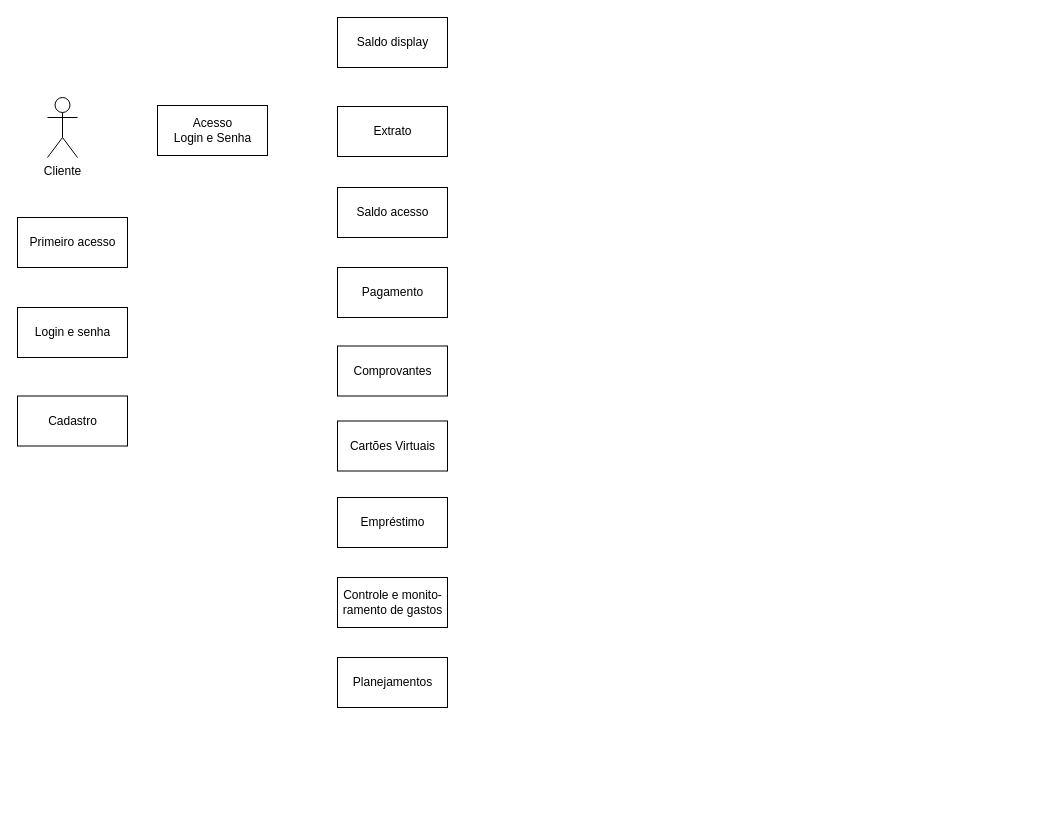
Earlier version of the draw.io diagram src/Projeto/ScapeBank.drawio (arianamesquita/LTPII). Source tidied: cells renumbered, new cells numbered last; positions are measured from the earlier drawing's top-left corner, leaving out a move shared by most shapes. Both pictures are drawn from the tidied source at 100%, with x=0, y=0 at pixel (17, 17).
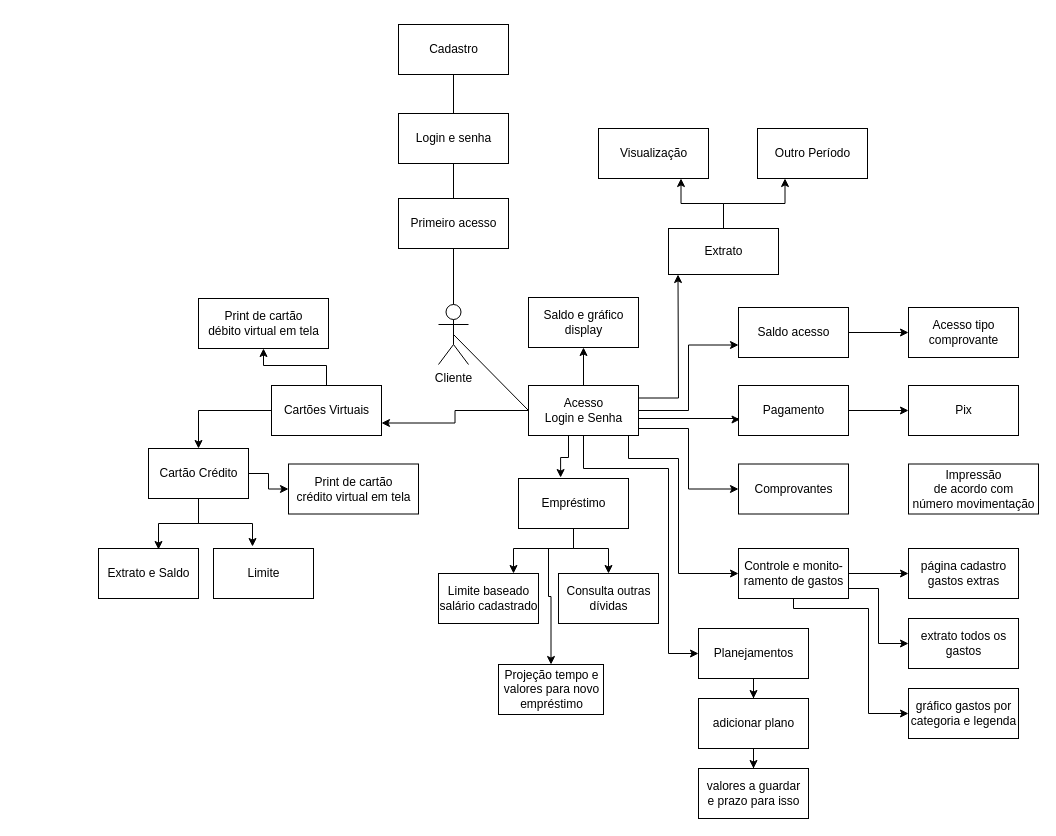
The same diagram, later.

Change to the diagram source:
```diff
@@
     <mxCell id="2" value="Cliente" style="shape=umlActor;verticalLabelPosition=bottom;verticalAlign=top;html=1;" parent="1" vertex="1">
-      <mxGeometry x="30" y="80" width="30" height="60" as="geometry" />
+      <mxGeometry x="421" y="287" width="30" height="60" as="geometry" />
     </mxCell>
+    <mxCell id="16" style="edgeStyle=orthogonalEdgeStyle;rounded=0;jettySize=auto;html=1;exitX=0.5;exitY=0;exitDx=0;exitDy=0;entryX=0.5;entryY=1;entryDx=0;entryDy=0;" parent="1" edge="1" source="3" target="7">
+      <mxGeometry relative="1" as="geometry" />
+    </mxCell>
+    <mxCell id="17" style="edgeStyle=orthogonalEdgeStyle;rounded=0;jettySize=auto;html=1;exitX=1;exitY=0.25;exitDx=0;exitDy=0;entryX=0.25;entryY=1;entryDx=0;entryDy=0;" parent="1" edge="1" source="3">
+      <mxGeometry relative="1" as="geometry">
+        <mxPoint x="660.5" y="257" as="targetPoint" />
+      </mxGeometry>
+    </mxCell>
+    <mxCell id="18" style="edgeStyle=orthogonalEdgeStyle;rounded=0;jettySize=auto;html=1;entryX=0;entryY=0.75;entryDx=0;entryDy=0;" parent="1" edge="1" source="3" target="9">
+      <mxGeometry relative="1" as="geometry" />
+    </mxCell>
+    <mxCell id="19" style="edgeStyle=orthogonalEdgeStyle;rounded=0;jettySize=auto;html=1;entryX=0.014;entryY=0.68;entryDx=0;entryDy=0;entryPerimeter=0;" parent="1" edge="1" source="3" target="10">
+      <mxGeometry relative="1" as="geometry">
+        <Array as="points">
+          <mxPoint x="721" y="401" />
+          <mxPoint x="721" y="402" />
+        </Array>
+      </mxGeometry>
+    </mxCell>
+    <mxCell id="20" style="edgeStyle=orthogonalEdgeStyle;rounded=0;jettySize=auto;html=1;entryX=0;entryY=0.5;entryDx=0;entryDy=0;" parent="1" edge="1" source="3" target="11">
+      <mxGeometry relative="1" as="geometry">
+        <Array as="points">
+          <mxPoint x="671" y="411" />
+          <mxPoint x="671" y="472" />
+        </Array>
+      </mxGeometry>
+    </mxCell>
+    <mxCell id="21" style="edgeStyle=orthogonalEdgeStyle;rounded=0;jettySize=auto;html=1;entryX=0;entryY=0.5;entryDx=0;entryDy=0;" parent="1" edge="1" source="3" target="14">
+      <mxGeometry relative="1" as="geometry">
+        <Array as="points">
+          <mxPoint x="611" y="441" />
+          <mxPoint x="661" y="441" />
+          <mxPoint x="661" y="556" />
+        </Array>
+      </mxGeometry>
+    </mxCell>
+    <mxCell id="22" style="edgeStyle=orthogonalEdgeStyle;rounded=0;jettySize=auto;html=1;entryX=0;entryY=0.5;entryDx=0;entryDy=0;" parent="1" edge="1" source="3" target="15">
+      <mxGeometry relative="1" as="geometry">
+        <Array as="points">
+          <mxPoint x="566" y="451" />
+          <mxPoint x="651" y="451" />
+          <mxPoint x="651" y="636" />
+        </Array>
+      </mxGeometry>
+    </mxCell>
+    <mxCell id="23" style="edgeStyle=orthogonalEdgeStyle;rounded=0;jettySize=auto;html=1;entryX=0.383;entryY=-0.019;entryDx=0;entryDy=0;entryPerimeter=0;" parent="1" edge="1" source="3" target="13">
+      <mxGeometry relative="1" as="geometry">
+        <Array as="points">
+          <mxPoint x="551" y="440" />
+          <mxPoint x="543" y="440" />
+        </Array>
+      </mxGeometry>
+    </mxCell>
+    <mxCell id="24" style="edgeStyle=orthogonalEdgeStyle;rounded=0;jettySize=auto;html=1;entryX=1;entryY=0.75;entryDx=0;entryDy=0;" parent="1" edge="1" source="3" target="12">
+      <mxGeometry relative="1" as="geometry" />
+    </mxCell>
     <mxCell id="3" value="&lt;div&gt;Acesso&lt;/div&gt;&lt;div&gt;Login e Senha&lt;/div&gt;" style="html=1;" parent="1" vertex="1">
-      <mxGeometry x="140" y="88" width="110" height="50" as="geometry" />
+      <mxGeometry x="511" y="368" width="110" height="50" as="geometry" />
     </mxCell>
     <mxCell id="4" value="Primeiro acesso" style="html=1;" parent="1" vertex="1">
-      <mxGeometry y="200" width="110" height="50" as="geometry" />
+      <mxGeometry x="381" y="181" width="110" height="50" as="geometry" />
     </mxCell>
     <mxCell id="5" value="Login e senha" style="html=1;" parent="1" vertex="1">
-      <mxGeometry y="290" width="110" height="50" as="geometry" />
+      <mxGeometry x="381" y="96" width="110" height="50" as="geometry" />
     </mxCell>
     <mxCell id="6" value="Cadastro" style="html=1;" parent="1" vertex="1">
-      <mxGeometry y="378.5" width="110" height="50" as="geometry" />
+      <mxGeometry x="381" y="7" width="110" height="50" as="geometry" />
     </mxCell>
-    <mxCell id="7" value="Saldo display" style="html=1;" parent="1" vertex="1">
-      <mxGeometry x="320" width="110" height="50" as="geometry" />
+    <mxCell id="7" value="&lt;div&gt;Saldo e gráfico &lt;br&gt;&lt;/div&gt;&lt;div&gt;display&lt;/div&gt;" style="html=1;" parent="1" vertex="1">
+      <mxGeometry x="511" y="280" width="110" height="50" as="geometry" />
     </mxCell>
+    <mxCell id="25" style="edgeStyle=orthogonalEdgeStyle;rounded=0;jettySize=auto;html=1;entryX=0.75;entryY=1;entryDx=0;entryDy=0;" parent="1" edge="1" source="8" target="38">
+      <mxGeometry relative="1" as="geometry" />
+    </mxCell>
+    <mxCell id="26" style="edgeStyle=orthogonalEdgeStyle;rounded=0;jettySize=auto;html=1;entryX=0.25;entryY=1;entryDx=0;entryDy=0;" parent="1" edge="1" source="8" target="39">
+      <mxGeometry relative="1" as="geometry" />
+    </mxCell>
     <mxCell id="8" value="Extrato" style="html=1;" parent="1" vertex="1">
-      <mxGeometry x="320" y="89" width="110" height="50" as="geometry" />
+      <mxGeometry x="651" y="211" width="110" height="46" as="geometry" />
     </mxCell>
+    <mxCell id="27" style="edgeStyle=orthogonalEdgeStyle;rounded=0;jettySize=auto;html=1;entryX=0;entryY=0.5;entryDx=0;entryDy=0;" parent="1" edge="1" source="9" target="40">
+      <mxGeometry relative="1" as="geometry" />
+    </mxCell>
     <mxCell id="9" value="Saldo acesso" style="html=1;" parent="1" vertex="1">
-      <mxGeometry x="320" y="170" width="110" height="50" as="geometry" />
+      <mxGeometry x="721" y="290" width="110" height="50" as="geometry" />
     </mxCell>
+    <mxCell id="28" style="edgeStyle=orthogonalEdgeStyle;rounded=0;jettySize=auto;html=1;entryX=0;entryY=0.5;entryDx=0;entryDy=0;" parent="1" edge="1" source="10" target="41">
+      <mxGeometry relative="1" as="geometry" />
+    </mxCell>
     <mxCell id="10" value="Pagamento" style="html=1;" parent="1" vertex="1">
-      <mxGeometry x="320" y="250" width="110" height="50" as="geometry" />
+      <mxGeometry x="721" y="368" width="110" height="50" as="geometry" />
     </mxCell>
     <mxCell id="11" value="Comprovantes" style="html=1;" parent="1" vertex="1">
-      <mxGeometry x="320" y="328.5" width="110" height="50" as="geometry" />
+      <mxGeometry x="721" y="446.5" width="110" height="50" as="geometry" />
     </mxCell>
+    <mxCell id="29" style="edgeStyle=orthogonalEdgeStyle;rounded=0;jettySize=auto;html=1;entryX=0.5;entryY=0;entryDx=0;entryDy=0;" parent="1" edge="1" source="12" target="47">
+      <mxGeometry relative="1" as="geometry" />
+    </mxCell>
+    <mxCell id="30" style="edgeStyle=orthogonalEdgeStyle;rounded=0;jettySize=auto;html=1;" parent="1" edge="1" source="12" target="43">
+      <mxGeometry relative="1" as="geometry" />
+    </mxCell>
     <mxCell id="12" value="Cartões Virtuais" style="html=1;" parent="1" vertex="1">
-      <mxGeometry x="320" y="403.5" width="110" height="50" as="geometry" />
+      <mxGeometry x="254" y="368" width="110" height="50" as="geometry" />
     </mxCell>
+    <mxCell id="31" style="edgeStyle=orthogonalEdgeStyle;rounded=0;jettySize=auto;html=1;entryX=0.75;entryY=0;entryDx=0;entryDy=0;" parent="1" edge="1" source="13" target="50">
+      <mxGeometry relative="1" as="geometry">
+        <Array as="points">
+          <mxPoint x="556" y="531" />
+          <mxPoint x="496" y="531" />
+        </Array>
+      </mxGeometry>
+    </mxCell>
+    <mxCell id="32" style="edgeStyle=orthogonalEdgeStyle;rounded=0;jettySize=auto;html=1;entryX=0.5;entryY=0;entryDx=0;entryDy=0;" parent="1" edge="1" source="13" target="51">
+      <mxGeometry relative="1" as="geometry">
+        <Array as="points">
+          <mxPoint x="556" y="531" />
+          <mxPoint x="591" y="531" />
+        </Array>
+      </mxGeometry>
+    </mxCell>
+    <mxCell id="33" style="edgeStyle=orthogonalEdgeStyle;rounded=0;jettySize=auto;html=1;entryX=0.5;entryY=0;entryDx=0;entryDy=0;" parent="1" edge="1" target="52">
+      <mxGeometry relative="1" as="geometry">
+        <mxPoint x="531" y="531" as="sourcePoint" />
+        <Array as="points">
+          <mxPoint x="531" y="579" />
+          <mxPoint x="533" y="579" />
+        </Array>
+      </mxGeometry>
+    </mxCell>
     <mxCell id="13" value="Empréstimo" style="html=1;" parent="1" vertex="1">
-      <mxGeometry x="320" y="480" width="110" height="50" as="geometry" />
+      <mxGeometry x="501" y="461" width="110" height="50" as="geometry" />
     </mxCell>
+    <mxCell id="34" style="edgeStyle=orthogonalEdgeStyle;rounded=0;jettySize=auto;html=1;entryX=0;entryY=0.5;entryDx=0;entryDy=0;" parent="1" edge="1" source="14" target="53">
+      <mxGeometry relative="1" as="geometry" />
+    </mxCell>
+    <mxCell id="35" style="edgeStyle=orthogonalEdgeStyle;rounded=0;jettySize=auto;html=1;entryX=0;entryY=0.5;entryDx=0;entryDy=0;" parent="1" edge="1" source="14" target="54">
+      <mxGeometry relative="1" as="geometry">
+        <Array as="points">
+          <mxPoint x="861" y="571" />
+          <mxPoint x="861" y="626" />
+        </Array>
+      </mxGeometry>
+    </mxCell>
+    <mxCell id="36" style="edgeStyle=orthogonalEdgeStyle;rounded=0;jettySize=auto;html=1;entryX=0;entryY=0.5;entryDx=0;entryDy=0;" parent="1" edge="1" source="14" target="55">
+      <mxGeometry relative="1" as="geometry">
+        <Array as="points">
+          <mxPoint x="776" y="591" />
+          <mxPoint x="851" y="591" />
+          <mxPoint x="851" y="696" />
+        </Array>
+      </mxGeometry>
+    </mxCell>
     <mxCell id="14" value="&lt;div&gt;Controle e monito-&lt;/div&gt;&lt;div&gt;ramento de gastos&lt;/div&gt;" style="html=1;" parent="1" vertex="1">
-      <mxGeometry x="320" y="560" width="110" height="50" as="geometry" />
+      <mxGeometry x="721" y="531" width="110" height="50" as="geometry" />
     </mxCell>
+    <mxCell id="37" style="edgeStyle=orthogonalEdgeStyle;rounded=0;jettySize=auto;html=1;" parent="1" edge="1" source="15" target="57">
+      <mxGeometry relative="1" as="geometry" />
+    </mxCell>
     <mxCell id="15" value="&lt;div&gt;Planejamentos&lt;br&gt;&lt;/div&gt;" style="html=1;" parent="1" vertex="1">
-      <mxGeometry x="320" y="640" width="110" height="50" as="geometry" />
+      <mxGeometry x="681" y="611" width="110" height="50" as="geometry" />
     </mxCell>
+    <mxCell id="38" value="Visualização " style="html=1;" parent="1" vertex="1">
+      <mxGeometry x="581" y="111" width="110" height="50" as="geometry" />
+    </mxCell>
+    <mxCell id="39" value="Outro Período" style="html=1;" parent="1" vertex="1">
+      <mxGeometry x="740" y="111" width="110" height="50" as="geometry" />
+    </mxCell>
+    <mxCell id="40" value="&lt;div&gt;Acesso tipo&lt;/div&gt;&lt;div&gt;comprovante&lt;br&gt;&lt;/div&gt;" style="html=1;" parent="1" vertex="1">
+      <mxGeometry x="891" y="290" width="110" height="50" as="geometry" />
+    </mxCell>
+    <mxCell id="41" value="Pix" style="html=1;" parent="1" vertex="1">
+      <mxGeometry x="891" y="368" width="110" height="50" as="geometry" />
+    </mxCell>
+    <mxCell id="42" value="&lt;div&gt;Impressão&lt;/div&gt;&lt;div&gt;de acordo com &lt;br&gt;&lt;/div&gt;&lt;div&gt;número movimentação&lt;br&gt;&lt;/div&gt;" style="html=1;" parent="1" vertex="1">
+      <mxGeometry x="891" y="446.5" width="130" height="50" as="geometry" />
+    </mxCell>
+    <mxCell id="43" value="&lt;div&gt;Print de cartão&lt;/div&gt;&lt;div&gt;débito virtual em tela&lt;br&gt;&lt;/div&gt;" style="html=1;" parent="1" vertex="1">
+      <mxGeometry x="181" y="281" width="130" height="50" as="geometry" />
+    </mxCell>
+    <mxCell id="44" style="edgeStyle=orthogonalEdgeStyle;rounded=0;jettySize=auto;html=1;entryX=0.6;entryY=0.02;entryDx=0;entryDy=0;entryPerimeter=0;" parent="1" edge="1" source="47" target="48">
+      <mxGeometry relative="1" as="geometry" />
+    </mxCell>
+    <mxCell id="45" style="edgeStyle=orthogonalEdgeStyle;rounded=0;jettySize=auto;html=1;entryX=0.39;entryY=-0.04;entryDx=0;entryDy=0;entryPerimeter=0;" parent="1" edge="1" source="47" target="49">
+      <mxGeometry relative="1" as="geometry" />
+    </mxCell>
+    <mxCell id="46" style="edgeStyle=orthogonalEdgeStyle;rounded=0;jettySize=auto;html=1;entryX=0;entryY=0.5;entryDx=0;entryDy=0;" parent="1" edge="1" source="47" target="63">
+      <mxGeometry relative="1" as="geometry" />
+    </mxCell>
+    <mxCell id="47" value="Cartão Crédito" style="html=1;" parent="1" vertex="1">
+      <mxGeometry x="131" y="431" width="100" height="50" as="geometry" />
+    </mxCell>
+    <mxCell id="48" value="Extrato e Saldo" style="html=1;" parent="1" vertex="1">
+      <mxGeometry x="81" y="531" width="100" height="50" as="geometry" />
+    </mxCell>
+    <mxCell id="49" value="Limite" style="html=1;" parent="1" vertex="1">
+      <mxGeometry x="196" y="531" width="100" height="50" as="geometry" />
+    </mxCell>
+    <mxCell id="50" value="&lt;div&gt;Limite baseado&lt;/div&gt;&lt;div&gt;salário cadastrado&lt;br&gt;&lt;/div&gt;" style="html=1;" parent="1" vertex="1">
+      <mxGeometry x="421" y="556" width="100" height="50" as="geometry" />
+    </mxCell>
+    <mxCell id="51" value="&lt;div&gt;Consulta outras &lt;br&gt;&lt;/div&gt;&lt;div&gt;dívidas&lt;br&gt;&lt;/div&gt;" style="html=1;" parent="1" vertex="1">
+      <mxGeometry x="541" y="556" width="100" height="50" as="geometry" />
+    </mxCell>
+    <mxCell id="52" value="&lt;div&gt;Projeção tempo e&lt;/div&gt;&lt;div&gt;valores para novo&lt;/div&gt;&lt;div&gt;empréstimo&lt;br&gt;&lt;/div&gt;" style="html=1;" parent="1" vertex="1">
+      <mxGeometry x="481" y="647" width="105" height="50" as="geometry" />
+    </mxCell>
+    <mxCell id="53" value="&lt;div&gt;página cadastro&lt;/div&gt;&lt;div&gt;gastos extras&lt;br&gt;&lt;/div&gt;" style="html=1;" parent="1" vertex="1">
+      <mxGeometry x="891" y="531" width="110" height="50" as="geometry" />
+    </mxCell>
+    <mxCell id="54" value="&lt;div&gt;extrato todos os &lt;br&gt;&lt;/div&gt;&lt;div&gt;gastos&lt;br&gt;&lt;/div&gt;" style="html=1;" parent="1" vertex="1">
+      <mxGeometry x="891" y="601" width="110" height="50" as="geometry" />
+    </mxCell>
+    <mxCell id="55" value="&lt;div&gt;gráfico gastos por&lt;/div&gt;&lt;div&gt;categoria e legenda&lt;br&gt;&lt;/div&gt;" style="html=1;" parent="1" vertex="1">
+      <mxGeometry x="891" y="671" width="110" height="50" as="geometry" />
+    </mxCell>
+    <mxCell id="56" style="edgeStyle=orthogonalEdgeStyle;rounded=0;jettySize=auto;html=1;" parent="1" edge="1" source="57" target="58">
+      <mxGeometry relative="1" as="geometry" />
+    </mxCell>
+    <mxCell id="57" value="adicionar plano" style="html=1;" parent="1" vertex="1">
+      <mxGeometry x="681" y="681" width="110" height="50" as="geometry" />
+    </mxCell>
+    <mxCell id="58" value="&lt;div&gt;valores a guardar&lt;/div&gt;&lt;div&gt;e prazo para isso&lt;br&gt;&lt;/div&gt;" style="html=1;" parent="1" vertex="1">
+      <mxGeometry x="681" y="751" width="110" height="50" as="geometry" />
+    </mxCell>
+    <mxCell id="59" style="endArrow=none;html=1;rounded=0;exitX=0.5;exitY=0;exitDx=0;exitDy=0;exitPerimeter=0;entryX=0.5;entryY=1;entryDx=0;entryDy=0;" parent="1" edge="1" source="2" target="4">
+      <mxGeometry relative="1" as="geometry" />
+    </mxCell>
+    <mxCell id="60" style="endArrow=none;html=1;rounded=0;exitX=0.5;exitY=0;exitDx=0;exitDy=0;entryX=0.5;entryY=1;entryDx=0;entryDy=0;" parent="1" edge="1" source="4" target="5">
+      <mxGeometry relative="1" as="geometry" />
+    </mxCell>
+    <mxCell id="61" style="endArrow=none;html=1;rounded=0;exitX=0.5;exitY=0;exitDx=0;exitDy=0;entryX=0.5;entryY=1;entryDx=0;entryDy=0;" parent="1" edge="1" source="5" target="6">
+      <mxGeometry relative="1" as="geometry" />
+    </mxCell>
+    <mxCell id="62" style="endArrow=none;html=1;rounded=0;exitX=0.5;exitY=0.5;exitDx=0;exitDy=0;entryX=0;entryY=0.5;entryDx=0;entryDy=0;exitPerimeter=0;" parent="1" edge="1" source="2" target="3">
+      <mxGeometry relative="1" as="geometry" />
+    </mxCell>
+    <mxCell id="63" value="&lt;div&gt;Print de cartão&lt;/div&gt;&lt;div&gt;crédito virtual em tela&lt;br&gt;&lt;/div&gt;" style="html=1;" parent="1" vertex="1">
+      <mxGeometry x="271" y="446.5" width="130" height="50" as="geometry" />
+    </mxCell>
```
